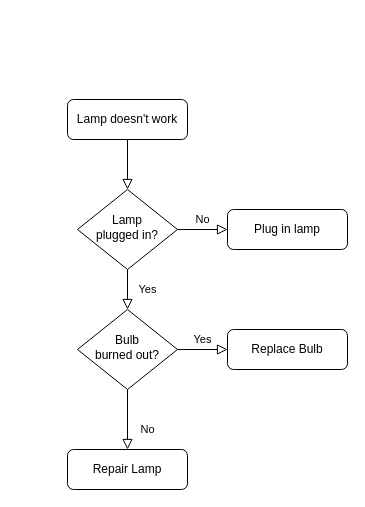
The draw.io diagram Untitled Diagram.drawio in Zee-2000/Coding-challanges, before the edit. Source tidied: cells renumbered, new cells numbered last; positions are measured from the earlier drawing's top-left corner, leaving out a move shared by most shapes. Both pictures are drawn from the tidied source at 100%, with x=0, y=0 at pixel (67, 99).
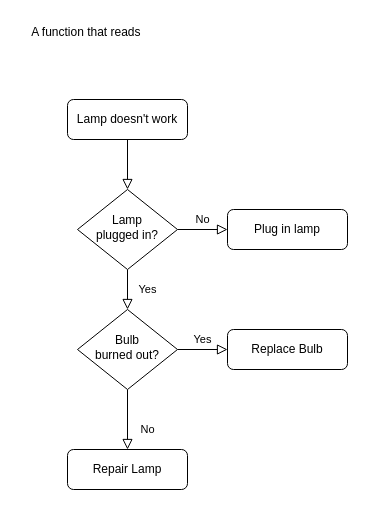
After the change.

What changed in the source:
```diff
@@
 <mxGraphModel>
   <root>
     <mxCell id="0" />
     <mxCell id="1" parent="0" />
     <mxCell id="2" style="rounded=0;html=1;jettySize=auto;fontSize=11;endArrow=block;endFill=0;endSize=8;strokeWidth=1;shadow=0;labelBackgroundColor=none;edgeStyle=orthogonalEdgeStyle;" parent="1" edge="1" source="3" target="6">
       <mxGeometry relative="1" as="geometry" />
     </mxCell>
     <mxCell id="3" value="Lamp doesn't work" style="rounded=1;whiteSpace=wrap;html=1;fontSize=12;glass=0;strokeWidth=1;shadow=0;" parent="1" vertex="1">
       <mxGeometry width="120" height="40" as="geometry" />
     </mxCell>
     <mxCell id="4" value="Yes" style="rounded=0;html=1;jettySize=auto;fontSize=11;endArrow=block;endFill=0;endSize=8;strokeWidth=1;shadow=0;labelBackgroundColor=none;edgeStyle=orthogonalEdgeStyle;" parent="1" edge="1" source="6" target="10">
       <mxGeometry y="20" relative="1" as="geometry" />
     </mxCell>
     <mxCell id="5" value="No" style="edgeStyle=orthogonalEdgeStyle;rounded=0;html=1;jettySize=auto;fontSize=11;endArrow=block;endFill=0;endSize=8;strokeWidth=1;shadow=0;labelBackgroundColor=none;" parent="1" edge="1" source="6" target="7">
       <mxGeometry y="10" relative="1" as="geometry" />
     </mxCell>
     <mxCell id="6" value="Lamp&lt;br&gt;plugged in?" style="rhombus;whiteSpace=wrap;html=1;shadow=0;fontFamily=Helvetica;fontSize=12;align=center;strokeWidth=1;spacing=6;spacingTop=-4;" parent="1" vertex="1">
       <mxGeometry x="10" y="90" width="100" height="80" as="geometry" />
     </mxCell>
     <mxCell id="7" value="Plug in lamp" style="rounded=1;whiteSpace=wrap;html=1;fontSize=12;glass=0;strokeWidth=1;shadow=0;" parent="1" vertex="1">
       <mxGeometry x="160" y="110" width="120" height="40" as="geometry" />
     </mxCell>
     <mxCell id="8" value="No" style="rounded=0;html=1;jettySize=auto;fontSize=11;endArrow=block;endFill=0;endSize=8;strokeWidth=1;shadow=0;labelBackgroundColor=none;edgeStyle=orthogonalEdgeStyle;" parent="1" edge="1" source="10" target="11">
       <mxGeometry x="0.33" y="20" relative="1" as="geometry" />
     </mxCell>
     <mxCell id="9" value="Yes" style="edgeStyle=orthogonalEdgeStyle;rounded=0;html=1;jettySize=auto;fontSize=11;endArrow=block;endFill=0;endSize=8;strokeWidth=1;shadow=0;labelBackgroundColor=none;" parent="1" edge="1" source="10" target="12">
       <mxGeometry y="10" relative="1" as="geometry" />
     </mxCell>
     <mxCell id="10" value="Bulb&lt;br&gt;burned out?" style="rhombus;whiteSpace=wrap;html=1;shadow=0;fontFamily=Helvetica;fontSize=12;align=center;strokeWidth=1;spacing=6;spacingTop=-4;" parent="1" vertex="1">
       <mxGeometry x="10" y="210" width="100" height="80" as="geometry" />
     </mxCell>
     <mxCell id="11" value="Repair Lamp" style="rounded=1;whiteSpace=wrap;html=1;fontSize=12;glass=0;strokeWidth=1;shadow=0;" parent="1" vertex="1">
       <mxGeometry y="350" width="120" height="40" as="geometry" />
     </mxCell>
     <mxCell id="12" value="Replace Bulb" style="rounded=1;whiteSpace=wrap;html=1;fontSize=12;glass=0;strokeWidth=1;shadow=0;" parent="1" vertex="1">
       <mxGeometry x="160" y="230" width="120" height="40" as="geometry" />
     </mxCell>
+    <mxCell id="13" value="A function that reads&amp;nbsp;" style="text;html=1;align=center;verticalAlign=middle;strokeColor=none;fillColor=none;" parent="1" vertex="1">
+      <mxGeometry x="-50" y="-82" width="140" height="30" as="geometry" />
+    </mxCell>
   </root>
 </mxGraphModel>
```
